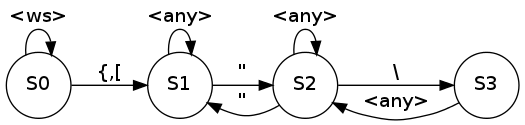
Above: doc/jsonreader.png in makerbot/conveyor (Graphviz), before the change. Its source is kept beside it as doc/jsonreader.dot. The source it was exported from:
```dot

digraph
{
    rankdir=LR;

    node [shape="circle"];
    "S0";
    "S1";
    "S2";
    "S3";

    "S0" -> "S0" [label="<ws>"];
    "S0" -> "S1" [label="{,["];
    "S1" -> "S1" [label="<any>"];
    "S1" -> "S2" [label="\""];
    "S2" -> "S2" [label="<any>"];
    "S2" -> "S3" [label="\\"];
    "S2" -> "S1" [label="\""];
    "S3" -> "S2" [label="<any>"];
}
```
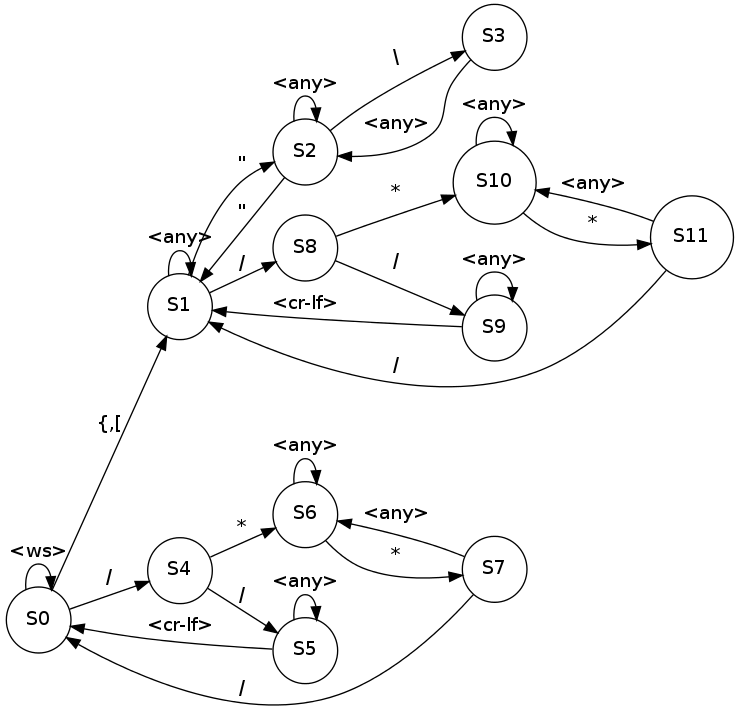
After the commit.

Commit message:
Split JsonReader into its own file and grant it the ability to strip JavaScript comments.

What changed in the source:
```diff
@@ -8,13 +8,51 @@
     "S1";
     "S2";
     "S3";
+    "S4";
+    "S5";
+    "S6";
+    "S7";
+    "S8";
+    "S9";
+    "S10";
+    "S11";
 
     "S0" -> "S0" [label="<ws>"];
     "S0" -> "S1" [label="{,["];
+    "S0" -> "S4" [label="/"];
+
     "S1" -> "S1" [label="<any>"];
     "S1" -> "S2" [label="\""];
+    "S1" -> "S8" [label="/"];
+
     "S2" -> "S2" [label="<any>"];
     "S2" -> "S3" [label="\\"];
+
     "S2" -> "S1" [label="\""];
+
     "S3" -> "S2" [label="<any>"];
+
+    "S4" -> "S5" [label="/"];
+    "S4" -> "S6" [label="*"];
+
+    "S5" -> "S0" [label="<cr-lf>"];
+    "S5" -> "S5" [label="<any>"];
+
+    "S6" -> "S6" [label="<any>"];
+    "S6" -> "S7" [label="*"];
+
+    "S7" -> "S0" [label="/"];
+    "S7" -> "S6" [label="<any>"];
+
+    "S8" -> "S9" [label="/"];
+    "S8" -> "S10" [label="*"];
+
+    "S9" -> "S1" [label="<cr-lf>"];
+    "S9" -> "S9" [label="<any>"];
+
+    "S10" -> "S10" [label="<any>"];
+    "S10" -> "S11" [label="*"];
+
+    "S11" -> "S10" [label="<any>"];
+    "S11" -> "S1" [label="/"];
 }
```
